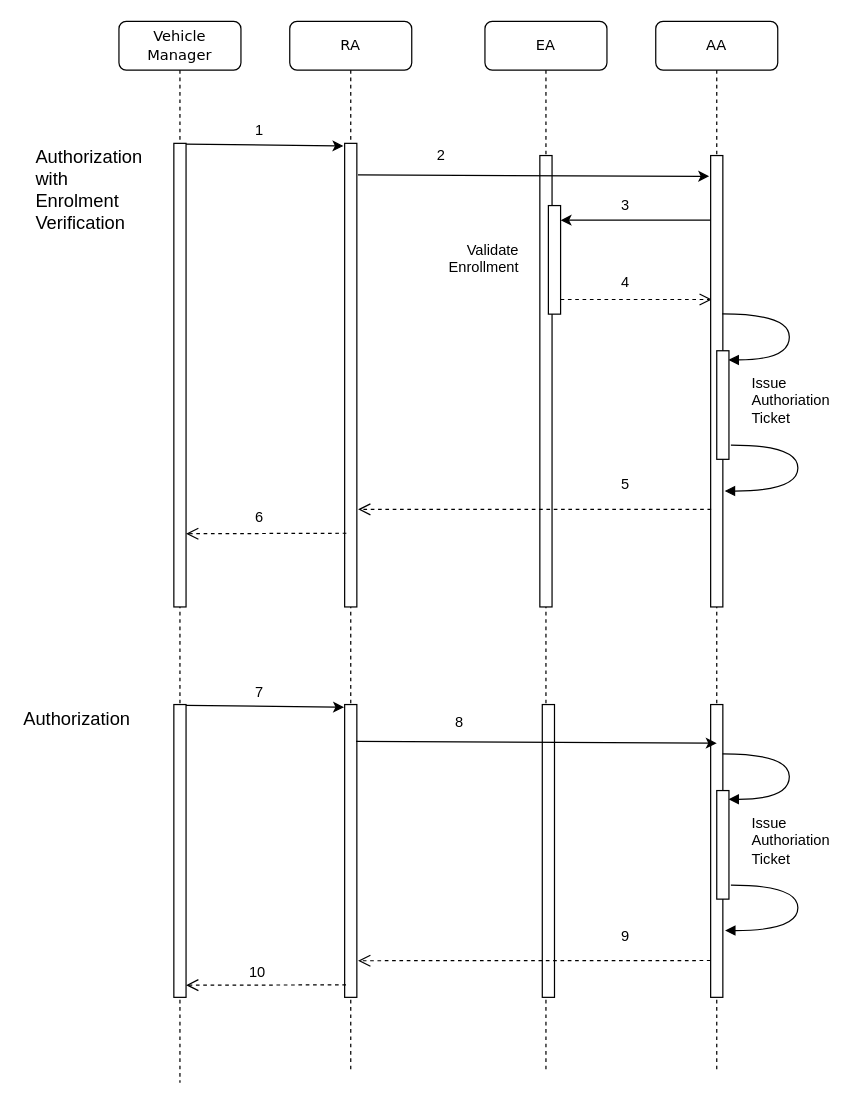
The draw.io diagram page "Page-3" (3 of 3) of LaTeX_v7/Figures/source_files/diagrama_protocolo.drawio in LeonardoGoncalves94/chamenta3, before the edit. Source tidied: cells renumbered, new cells numbered last; positions are measured from the earlier drawing's top-left corner, leaving out a move shared by most shapes. Both pictures are drawn from the tidied source at 122%, with x=0, y=0 at pixel (21, 21).
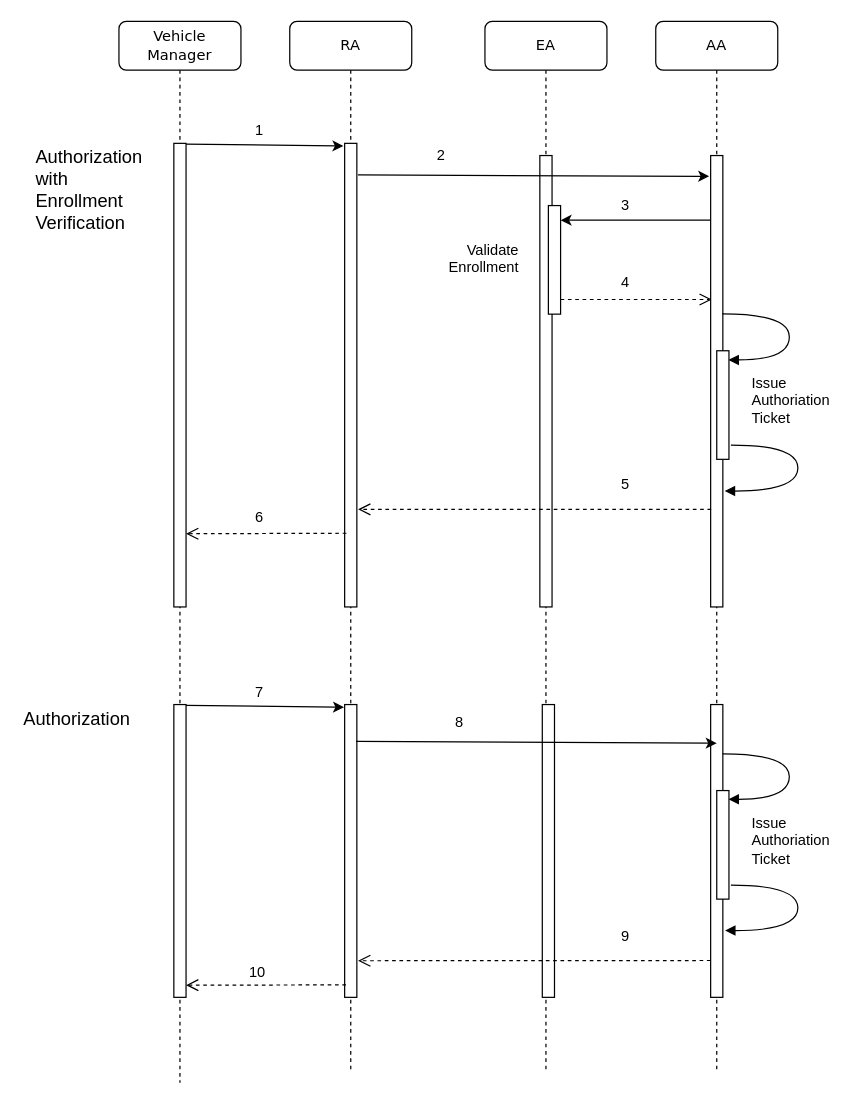
After the change.

Change to the diagram source:
```diff
@@
-    <mxCell id="26" value="&lt;div style=&quot;font-size: 15px&quot;&gt;Authorization &lt;br&gt;&lt;/div&gt;&lt;div style=&quot;font-size: 15px&quot;&gt;with&lt;/div&gt;&lt;div style=&quot;font-size: 15px&quot;&gt;Enrolment&lt;/div&gt;&lt;div style=&quot;font-size: 15px&quot;&gt; Verification&lt;br style=&quot;font-size: 15px&quot;&gt;&lt;/div&gt;" style="text;html=1;align=left;verticalAlign=top;spacingTop=-4;fontSize=15;" parent="1" vertex="1">
+    <mxCell id="26" value="&lt;div style=&quot;font-size: 15px&quot;&gt;Authorization &lt;br&gt;&lt;/div&gt;&lt;div style=&quot;font-size: 15px&quot;&gt;with&lt;/div&gt;&lt;div style=&quot;font-size: 15px&quot;&gt;Enrollment&lt;/div&gt;&lt;div style=&quot;font-size: 15px&quot;&gt; Verification&lt;br style=&quot;font-size: 15px&quot;&gt;&lt;/div&gt;" style="text;html=1;align=left;verticalAlign=top;spacingTop=-4;fontSize=15;" parent="1" vertex="1">
       <mxGeometry x="10" y="100" width="100" height="70" as="geometry" />
     </mxCell>
```
